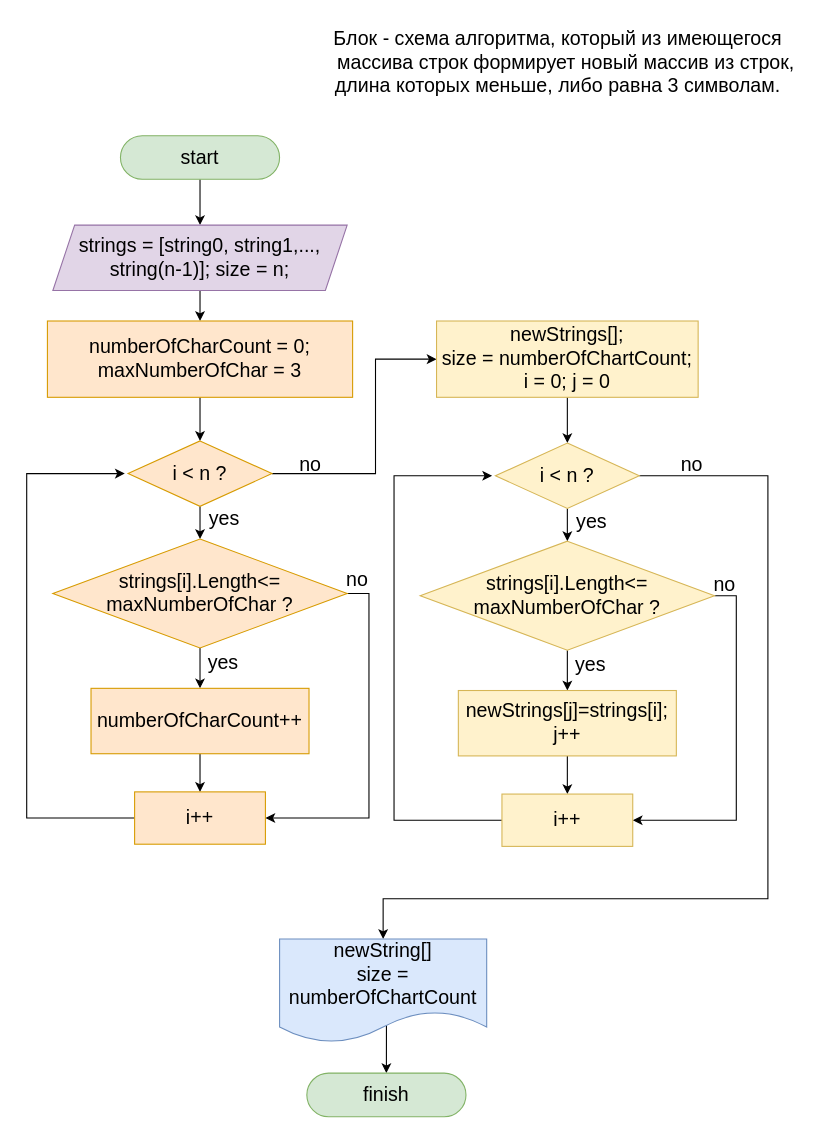
The draw.io diagram block_diagram_of_the_algorithm.drawio in StarostinMN/block-1_hometask, before the edit. Source tidied: cells renumbered, new cells numbered last; positions are measured from the earlier drawing's top-left corner, leaving out a move shared by most shapes. Both pictures are drawn from the tidied source at 109%, with x=0, y=0 at pixel (26, 19).
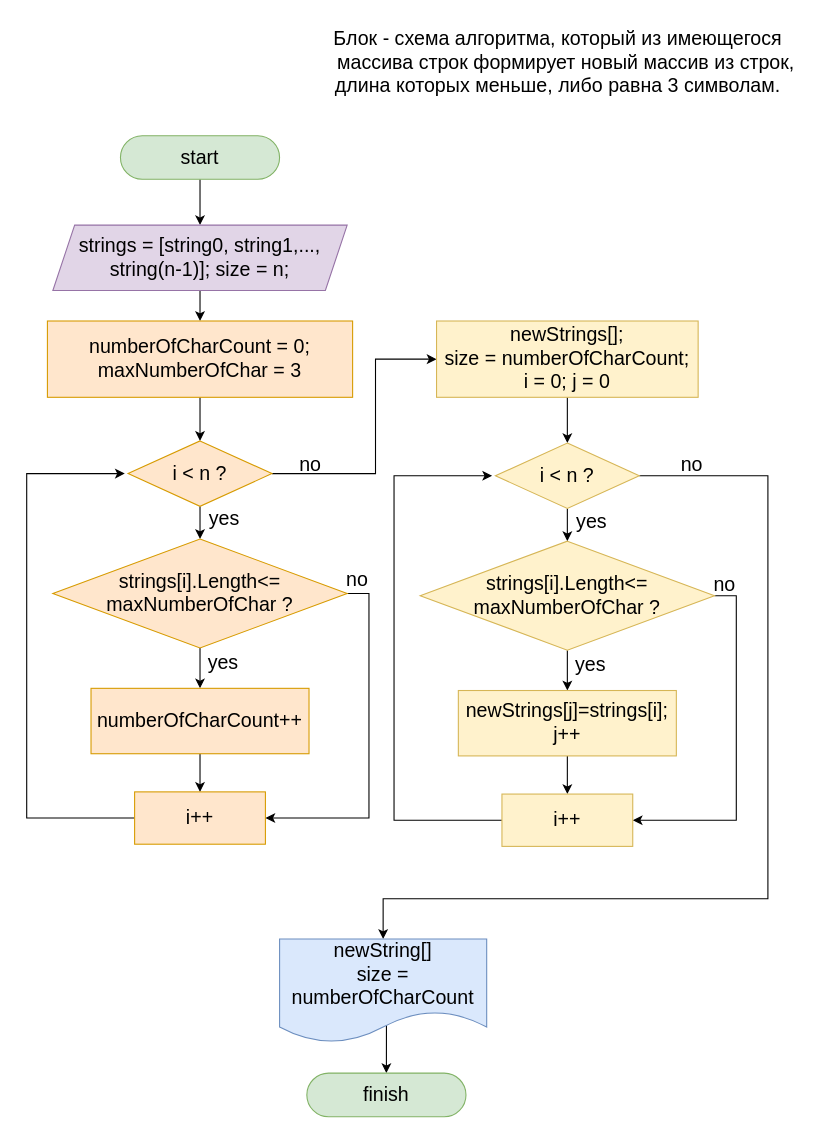
The same page after the edit.

Commit message:
fix: correct block_diagram_of_the_algorithm

Change to the diagram source:
```diff
@@
-    <mxCell id="25" value="newStrings[];&lt;br&gt;size = numberOfChartCount;&lt;br&gt;i = 0; j = 0" style="rounded=0;whiteSpace=wrap;html=1;fontSize=18;fillColor=#fff2cc;strokeColor=#d6b656;" parent="1" vertex="1">
+    <mxCell id="25" value="newStrings[];&lt;br&gt;size = numberOfCharCount;&lt;br&gt;i = 0; j = 0" style="rounded=0;whiteSpace=wrap;html=1;fontSize=18;fillColor=#fff2cc;strokeColor=#d6b656;" parent="1" vertex="1">
       <mxGeometry x="376" y="277" width="240" height="70" as="geometry" />
     </mxCell>
@@
-    <mxCell id="42" value="newString[]&lt;br&gt;size = numberOfChartCount" style="shape=document;whiteSpace=wrap;html=1;boundedLbl=1;fontSize=18;fillColor=#dae8fc;strokeColor=#6c8ebf;" parent="1" vertex="1">
+    <mxCell id="42" value="newString[]&lt;br&gt;size = numberOfCharCount" style="shape=document;whiteSpace=wrap;html=1;boundedLbl=1;fontSize=18;fillColor=#dae8fc;strokeColor=#6c8ebf;" parent="1" vertex="1">
       <mxGeometry x="232" y="844" width="190" height="95" as="geometry" />
     </mxCell>
```
